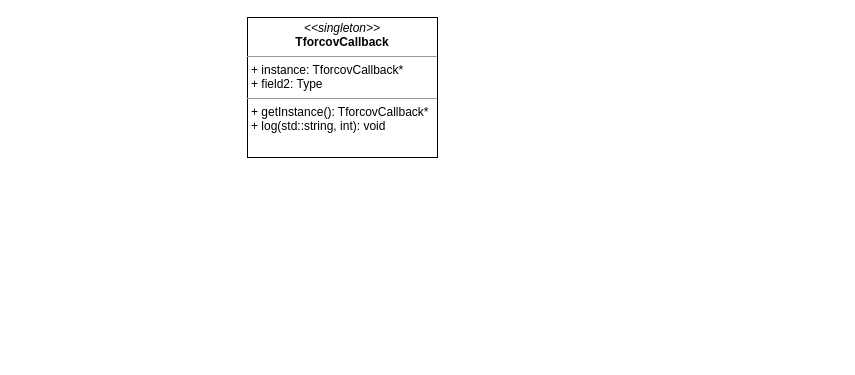
petkapou/DIP_diagrams keeps this draw.io diagram as singleton_callback.drawio. Above is the earlier version. Source tidied: cells renumbered, new cells numbered last; positions are measured from the earlier drawing's top-left corner, leaving out a move shared by most shapes. Both pictures are drawn from the tidied source at 100%, with x=0, y=0 at pixel (247, 17).
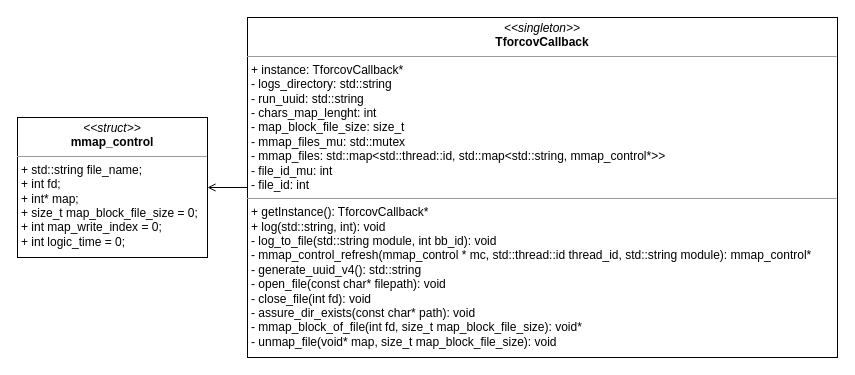
Above is the later version.

What changed in the source:
```diff
@@
 <mxGraphModel>
   <root>
     <mxCell id="0" />
     <mxCell id="1" parent="0" />
+    <mxCell id="3" style="edgeStyle=orthogonalEdgeStyle;rounded=0;jettySize=auto;html=1;endArrow=open;endFill=0;" parent="1" edge="1" source="2" target="4">
+      <mxGeometry relative="1" as="geometry" />
+    </mxCell>
-    <mxCell id="2" value="&lt;p style=&quot;margin: 0px ; margin-top: 4px ; text-align: center&quot;&gt;&lt;i&gt;&amp;lt;&amp;lt;singleton&amp;gt;&amp;gt;&lt;/i&gt;&lt;br&gt;&lt;b&gt;TforcovCallback&lt;/b&gt;&lt;/p&gt;&lt;hr size=&quot;1&quot;&gt;&lt;p style=&quot;margin: 0px ; margin-left: 4px&quot;&gt;+ instance: TforcovCallback*&lt;br&gt;+ field2: Type&lt;/p&gt;&lt;hr size=&quot;1&quot;&gt;&lt;p style=&quot;margin: 0px ; margin-left: 4px&quot;&gt;+ getInstance(): TforcovCallback*&lt;/p&gt;&lt;p style=&quot;margin: 0px ; margin-left: 4px&quot;&gt;+&amp;nbsp;&lt;span&gt;log(std::string, int): void&lt;/span&gt;&lt;/p&gt;" style="verticalAlign=top;align=left;overflow=fill;fontSize=12;fontFamily=Helvetica;html=1;" parent="1" vertex="1">
-      <mxGeometry width="190" height="140" as="geometry" />
+    <mxCell id="2" value="&lt;p style=&quot;margin: 0px ; margin-top: 4px ; text-align: center&quot;&gt;&lt;i&gt;&amp;lt;&amp;lt;singleton&amp;gt;&amp;gt;&lt;/i&gt;&lt;br&gt;&lt;b&gt;TforcovCallback&lt;/b&gt;&lt;/p&gt;&lt;hr size=&quot;1&quot;&gt;&lt;p style=&quot;margin: 0px ; margin-left: 4px&quot;&gt;+ instance: TforcovCallback*&lt;br&gt;- logs_directory: std::string&lt;/p&gt;&lt;p style=&quot;margin: 0px ; margin-left: 4px&quot;&gt;- run_uuid: std::string&lt;/p&gt;&lt;p style=&quot;margin: 0px ; margin-left: 4px&quot;&gt;-&amp;nbsp;chars_map_lenght: int&lt;/p&gt;&lt;p style=&quot;margin: 0px ; margin-left: 4px&quot;&gt;-&amp;nbsp;map_block_file_size: size_t&lt;/p&gt;&lt;p style=&quot;margin: 0px ; margin-left: 4px&quot;&gt;- mmap_files_mu: std::mutex&lt;/p&gt;&lt;p style=&quot;margin: 0px ; margin-left: 4px&quot;&gt;-&amp;nbsp;mmap_files:&amp;nbsp;std::map&amp;lt;std::thread::id, std::map&amp;lt;std::string, mmap_control*&amp;gt;&amp;gt;&lt;/p&gt;&lt;p style=&quot;margin: 0px ; margin-left: 4px&quot;&gt;-&amp;nbsp;file_id_mu: int&lt;/p&gt;&lt;p style=&quot;margin: 0px ; margin-left: 4px&quot;&gt;-&amp;nbsp;file_id: int&lt;/p&gt;&lt;hr size=&quot;1&quot;&gt;&lt;p style=&quot;margin: 0px ; margin-left: 4px&quot;&gt;+ getInstance(): TforcovCallback*&lt;/p&gt;&lt;p style=&quot;margin: 0px ; margin-left: 4px&quot;&gt;+&amp;nbsp;&lt;span&gt;log(std::string, int): void&lt;/span&gt;&lt;/p&gt;&lt;p style=&quot;margin: 0px ; margin-left: 4px&quot;&gt;&lt;span&gt;- log_to_file(std::string module, int bb_id): void&lt;/span&gt;&lt;/p&gt;&lt;p style=&quot;margin: 0px ; margin-left: 4px&quot;&gt;-&amp;nbsp;mmap_control_refresh(mmap_control * mc, std::thread::id thread_id, std::string module): mmap_control*&lt;/p&gt;&lt;p style=&quot;margin: 0px ; margin-left: 4px&quot;&gt;&lt;span&gt;- generate_uuid_v4(): std::string&lt;/span&gt;&lt;/p&gt;&lt;p style=&quot;margin: 0px ; margin-left: 4px&quot;&gt;&lt;span&gt;- open_file(const char* filepath): void&lt;/span&gt;&lt;/p&gt;&lt;p style=&quot;margin: 0px ; margin-left: 4px&quot;&gt;&lt;span&gt;- close_file(int fd): void&lt;/span&gt;&lt;/p&gt;&lt;p style=&quot;margin: 0px ; margin-left: 4px&quot;&gt;&lt;span&gt;- assure_dir_exists(const char* path): void&lt;/span&gt;&lt;/p&gt;&lt;p style=&quot;margin: 0px ; margin-left: 4px&quot;&gt;&lt;span&gt;- mmap_block_of_file(int fd, size_t map_block_file_size): void*&lt;/span&gt;&lt;/p&gt;&lt;p style=&quot;margin: 0px ; margin-left: 4px&quot;&gt;&lt;span&gt;- unmap_file(void* map, size_t map_block_file_size): void&lt;/span&gt;&lt;/p&gt;" style="verticalAlign=top;align=left;overflow=fill;fontSize=12;fontFamily=Helvetica;html=1;" parent="1" vertex="1">
+      <mxGeometry width="590" height="340" as="geometry" />
     </mxCell>
+    <mxCell id="4" value="&lt;p style=&quot;margin: 0px ; margin-top: 4px ; text-align: center&quot;&gt;&lt;i&gt;&amp;lt;&amp;lt;struct&amp;gt;&amp;gt;&lt;/i&gt;&lt;br&gt;&lt;b&gt;mmap_control&lt;/b&gt;&lt;/p&gt;&lt;hr size=&quot;1&quot;&gt;&lt;p style=&quot;margin: 0px ; margin-left: 4px&quot;&gt;+ std::string file_name;&lt;/p&gt;&lt;p style=&quot;margin: 0px ; margin-left: 4px&quot;&gt;+ int fd;&lt;/p&gt;&lt;p style=&quot;margin: 0px ; margin-left: 4px&quot;&gt;+ int* map;&lt;/p&gt;&lt;p style=&quot;margin: 0px ; margin-left: 4px&quot;&gt;+ size_t map_block_file_size = 0;&lt;/p&gt;&lt;p style=&quot;margin: 0px ; margin-left: 4px&quot;&gt;+ int map_write_index = 0;&lt;/p&gt;&lt;p style=&quot;margin: 0px ; margin-left: 4px&quot;&gt;+ int logic_time = 0;&lt;/p&gt;" style="verticalAlign=top;align=left;overflow=fill;fontSize=12;fontFamily=Helvetica;html=1;" parent="1" vertex="1">
+      <mxGeometry x="-230" y="100" width="190" height="140" as="geometry" />
+    </mxCell>
   </root>
 </mxGraphModel>
```
